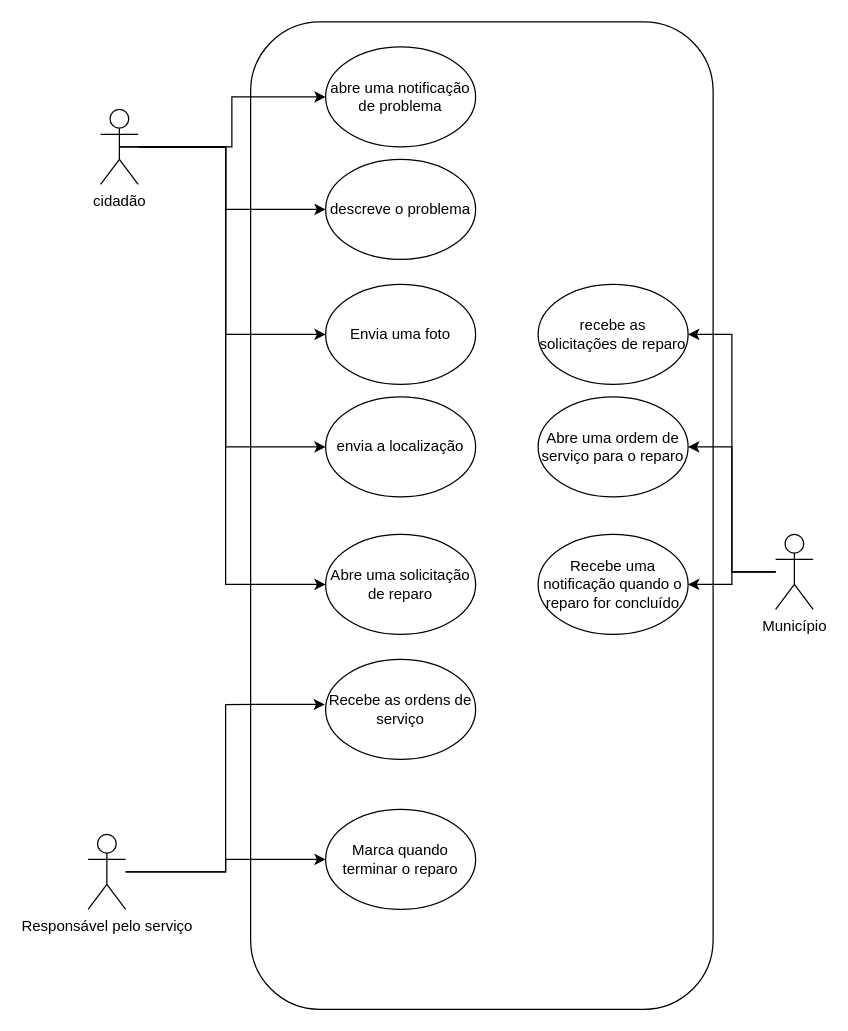
The draw.io diagram diagramas/caso_de_uso.drawio in PuraFome/AEP-Segundo-Semestre-2022, before the edit. Source tidied: cells renumbered, new cells numbered last; positions are measured from the earlier drawing's top-left corner, leaving out a move shared by most shapes. Both pictures are drawn from the tidied source at 125%, with x=0, y=0 at pixel (88, 21).
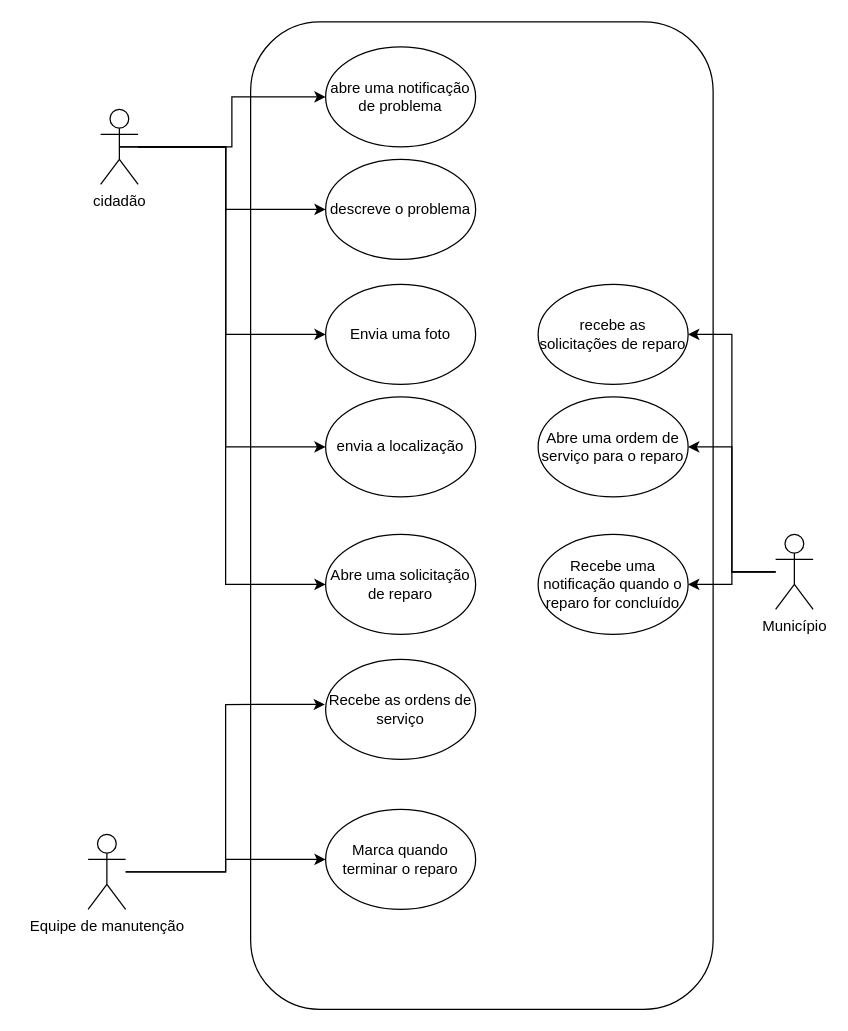
The same page after the edit.

The edit, as a diff of the source:
```diff
@@
-    <mxCell id="23" value="Responsável pelo serviço" style="shape=umlActor;verticalLabelPosition=bottom;verticalAlign=top;html=1;outlineConnect=0;" parent="1" vertex="1">
+    <mxCell id="23" value="Equipe de manutenção&lt;br&gt;" style="shape=umlActor;verticalLabelPosition=bottom;verticalAlign=top;html=1;outlineConnect=0;" parent="1" vertex="1">
       <mxGeometry y="650" width="30" height="60" as="geometry" />
     </mxCell>
```
